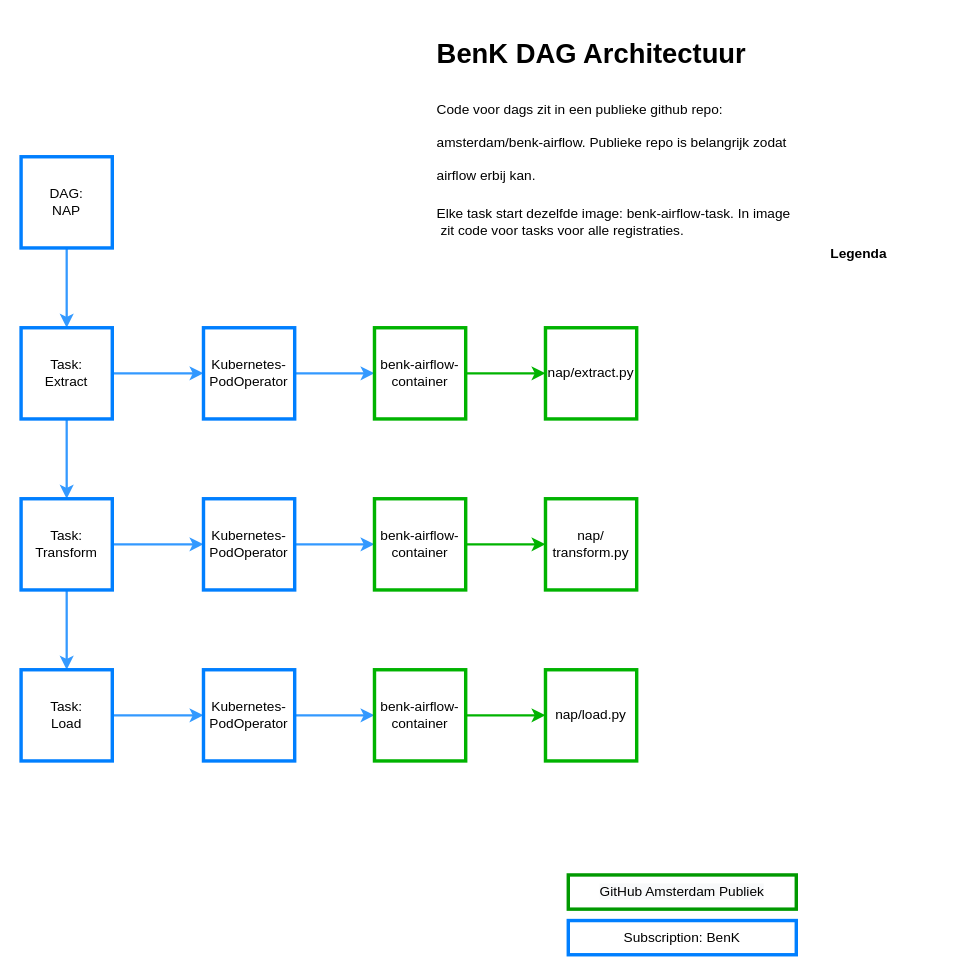
The draw.io diagram benk_dag_architecture.drawio in Amsterdam/benk-airflow-architecture-diagrams, before the edit. Source tidied: cells renumbered, new cells numbered last; positions are measured from the earlier drawing's top-left corner, leaving out a move shared by most shapes. Both pictures are drawn from the tidied source at 114%, with x=0, y=0 at pixel (21, 31).
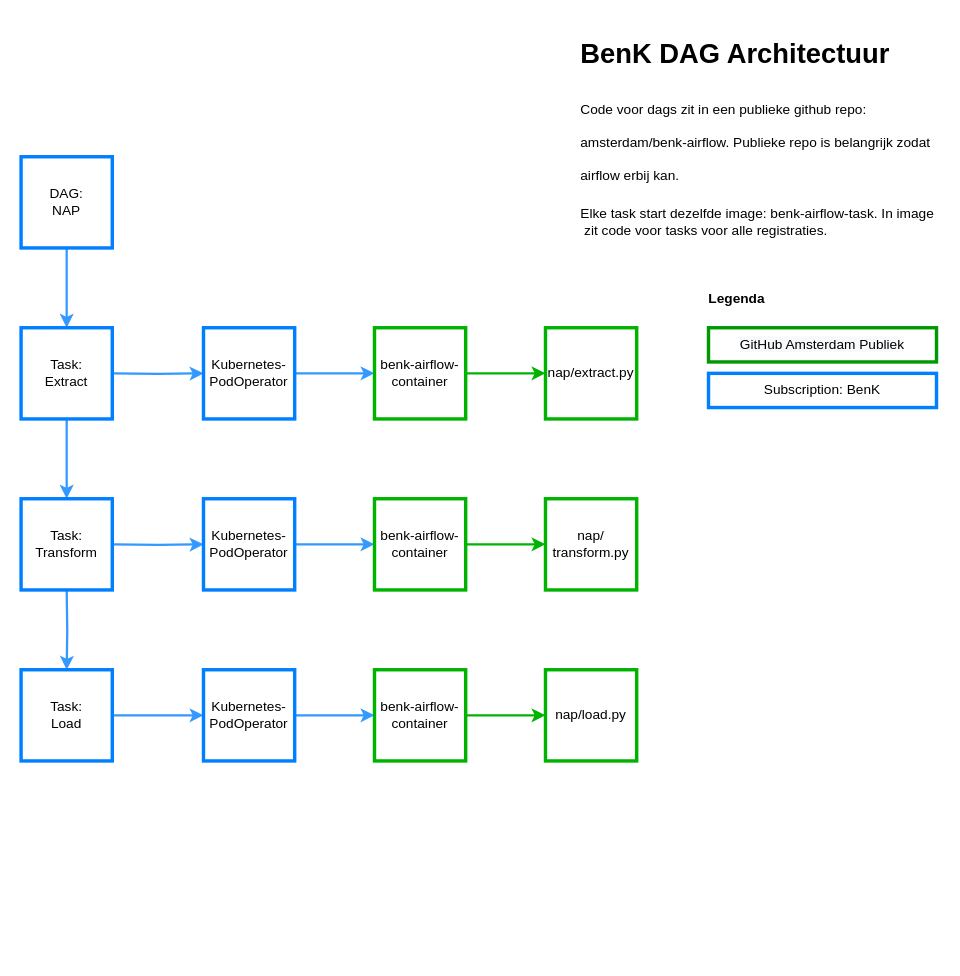
The same diagram, later.

Commit message:
Rearrange description and legend

Unchanged cells that the change refers to:
```xml
<mxCell id="3" value="DAG: &lt;br&gt;NAP" style="whiteSpace=wrap;html=1;strokeColor=#007FFF;strokeWidth=3;" parent="1" vertex="1">
  <mxGeometry y="110" width="80" height="80" as="geometry" />
</mxCell>
<mxCell id="6" value="Task:&lt;br&gt;Extract" style="whiteSpace=wrap;html=1;strokeColor=#007FFF;strokeWidth=3;" parent="1" vertex="1">
  <mxGeometry y="260" width="80" height="80" as="geometry" />
</mxCell>
<mxCell id="9" value="Task:&lt;br&gt;Transform" style="whiteSpace=wrap;html=1;strokeColor=#007FFF;strokeWidth=3;" parent="1" vertex="1">
  <mxGeometry y="410" width="80" height="80" as="geometry" />
</mxCell>
<mxCell id="11" value="Task:&lt;br&gt;Load" style="whiteSpace=wrap;html=1;strokeColor=#007FFF;strokeWidth=3;" parent="1" vertex="1">
  <mxGeometry y="560" width="80" height="80" as="geometry" />
</mxCell>
<mxCell id="13" value="Kubernetes-PodOperator" style="whiteSpace=wrap;html=1;strokeColor=#007FFF;strokeWidth=3;" parent="1" vertex="1">
  <mxGeometry x="160" y="260" width="80" height="80" as="geometry" />
</mxCell>
<mxCell id="15" value="Kubernetes-PodOperator" style="whiteSpace=wrap;html=1;strokeColor=#007FFF;strokeWidth=3;" parent="1" vertex="1">
  <mxGeometry x="160" y="410" width="80" height="80" as="geometry" />
</mxCell>
```

The edit, as a diff of the source:
```diff
@@
-    <mxCell id="2" style="edgeStyle=orthogonalEdgeStyle;rounded=0;jettySize=auto;html=1;exitX=0.5;exitY=1;exitDx=0;exitDy=0;entryX=0.5;entryY=0;entryDx=0;entryDy=0;strokeWidth=2;strokeColor=#3399FF;" parent="1" edge="1" source="3" target="6">
-      <mxGeometry relative="1" as="geometry" />
+    <mxCell id="2" style="edgeStyle=orthogonalEdgeStyle;rounded=0;orthogonalLoop=1;jettySize=auto;html=1;exitX=0.5;exitY=1;exitDx=0;exitDy=0;entryX=0.5;entryY=0;entryDx=0;entryDy=0;strokeWidth=2;strokeColor=#3399FF;" parent="1" edge="1">
+      <mxGeometry relative="1" as="geometry">
+        <mxPoint x="40" y="190" as="sourcePoint" />
+        <mxPoint x="40" y="260" as="targetPoint" />
+      </mxGeometry>
     </mxCell>
@@
-    <mxCell id="4" style="edgeStyle=orthogonalEdgeStyle;rounded=0;jettySize=auto;html=1;entryX=0.5;entryY=0;entryDx=0;entryDy=0;strokeColor=#3399FF;strokeWidth=2;" parent="1" edge="1" source="6" target="9">
-      <mxGeometry relative="1" as="geometry" />
+    <mxCell id="4" style="edgeStyle=orthogonalEdgeStyle;rounded=0;orthogonalLoop=1;jettySize=auto;html=1;entryX=0.5;entryY=0;entryDx=0;entryDy=0;strokeColor=#3399FF;strokeWidth=2;" parent="1" edge="1">
+      <mxGeometry relative="1" as="geometry">
+        <mxPoint x="40" y="340" as="sourcePoint" />
+        <mxPoint x="40" y="410" as="targetPoint" />
+      </mxGeometry>
     </mxCell>
-    <mxCell id="5" style="edgeStyle=orthogonalEdgeStyle;rounded=0;jettySize=auto;html=1;strokeColor=#3399FF;strokeWidth=2;" parent="1" edge="1" source="6" target="13">
-      <mxGeometry relative="1" as="geometry" />
+    <mxCell id="5" style="edgeStyle=orthogonalEdgeStyle;rounded=0;jettySize=auto;html=1;strokeColor=#3399FF;strokeWidth=2;" parent="1" edge="1" target="13">
+      <mxGeometry relative="1" as="geometry">
+        <mxPoint x="80" y="300" as="sourcePoint" />
+      </mxGeometry>
     </mxCell>
@@
-    <mxCell id="7" style="edgeStyle=orthogonalEdgeStyle;rounded=0;jettySize=auto;html=1;entryX=0.5;entryY=0;entryDx=0;entryDy=0;strokeColor=#3399FF;strokeWidth=2;" parent="1" edge="1" source="9" target="11">
-      <mxGeometry relative="1" as="geometry" />
+    <mxCell id="7" style="edgeStyle=orthogonalEdgeStyle;rounded=0;jettySize=auto;html=1;entryX=0.5;entryY=0;entryDx=0;entryDy=0;strokeColor=#3399FF;strokeWidth=2;" parent="1" edge="1" target="11">
+      <mxGeometry relative="1" as="geometry">
+        <mxPoint x="40" y="490" as="sourcePoint" />
+      </mxGeometry>
     </mxCell>
-    <mxCell id="8" style="edgeStyle=orthogonalEdgeStyle;rounded=0;jettySize=auto;html=1;strokeColor=#3399FF;strokeWidth=2;" parent="1" edge="1" source="9" target="15">
-      <mxGeometry relative="1" as="geometry" />
+    <mxCell id="8" style="edgeStyle=orthogonalEdgeStyle;rounded=0;jettySize=auto;html=1;strokeColor=#3399FF;strokeWidth=2;" parent="1" edge="1" target="15">
+      <mxGeometry relative="1" as="geometry">
+        <mxPoint x="80" y="450" as="sourcePoint" />
+      </mxGeometry>
     </mxCell>
@@
     <mxCell id="27" value="&lt;h1&gt;BenK DAG Architectuur&lt;/h1&gt;&lt;h1&gt;&lt;span style=&quot;font-weight: 400; font-size: 12px;&quot;&gt;&lt;font style=&quot;font-size: 12px;&quot;&gt;Code voor dags zit in een publieke github repo: amsterdam/benk-airflow. Publieke repo is belangrijk zodat airflow erbij kan.&lt;/font&gt;&lt;/span&gt;&lt;/h1&gt;&lt;div&gt;&lt;div&gt;Elke task start dezelfde image: benk-airflow-task. In image &amp;nbsp;zit code voor tasks voor alle registraties.&lt;/div&gt;&lt;/div&gt;&lt;div&gt;&lt;br&gt;&lt;/div&gt;&lt;div style=&quot;&quot;&gt;&lt;br&gt;&lt;/div&gt;" style="text;html=1;strokeColor=none;fillColor=none;spacing=5;spacingTop=-20;whiteSpace=wrap;overflow=hidden;rounded=0;" parent="1" vertex="1">
-      <mxGeometry x="360" width="320" height="190" as="geometry" />
+      <mxGeometry x="486" width="320" height="190" as="geometry" />
     </mxCell>
     <mxCell id="28" value="&lt;span style=&quot;caret-color: rgb(0, 0, 0); color: rgb(0, 0, 0); font-family: Helvetica; font-size: 12px; font-style: normal; font-variant-caps: normal; font-weight: 400; letter-spacing: normal; text-align: center; text-indent: 0px; text-transform: none; word-spacing: 0px; -webkit-text-stroke-width: 0px; background-color: rgb(248, 249, 250); text-decoration: none; float: none; display: inline !important;&quot;&gt;GitHub Amsterdam Publiek&lt;/span&gt;" style="whiteSpace=wrap;html=1;strokeColor=#009900;rounded=0;strokeWidth=3;" parent="1" vertex="1">
-      <mxGeometry x="480" y="740" width="200" height="30" as="geometry" />
+      <mxGeometry x="603" y="260" width="200" height="30" as="geometry" />
     </mxCell>
     <mxCell id="29" value="&lt;span style=&quot;&quot;&gt;Subscription:&amp;nbsp;&lt;/span&gt;&lt;span style=&quot;&quot;&gt;BenK&lt;/span&gt;" style="whiteSpace=wrap;html=1;strokeColor=#007FFF;strokeWidth=3;" parent="1" vertex="1">
-      <mxGeometry x="480" y="780" width="200" height="30" as="geometry" />
+      <mxGeometry x="603" y="300" width="200" height="30" as="geometry" />
     </mxCell>
     <mxCell id="30" value="&lt;b&gt;Legenda&lt;/b&gt;" style="text;html=1;strokeColor=none;fillColor=none;align=center;verticalAlign=middle;whiteSpace=wrap;rounded=0;" parent="1" vertex="1">
-      <mxGeometry x="710" y="180" width="50" height="30" as="geometry" />
+      <mxGeometry x="603" y="220" width="50" height="30" as="geometry" />
     </mxCell>
```
